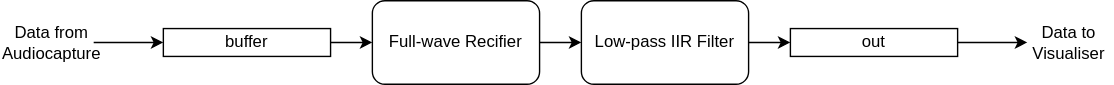
Earlier version of the draw.io export assets/images/Data Flow.svg (rt5-tp/envelope_following). Source tidied: cells renumbered, new cells last; positions are measured from the earlier drawing's top-left corner, leaving out a move shared by most shapes.
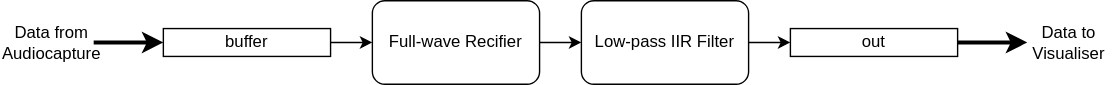
Above is the later version.

Commit message:
Wider input/output lines

What changed in the source:
```diff
@@ -8,7 +8,7 @@
     <mxCell id="3" value="buffer" style="rounded=0;whiteSpace=wrap;html=1;" parent="1" vertex="1">
       <mxGeometry x="110" y="20" width="120" height="20" as="geometry" />
     </mxCell>
-    <mxCell id="4" style="edgeStyle=orthogonalEdgeStyle;rounded=0;jettySize=auto;html=1;exitX=1;exitY=0.5;exitDx=0;exitDy=0;entryX=0;entryY=0.5;entryDx=0;entryDy=0;" parent="1" edge="1" source="5" target="3">
+    <mxCell id="4" style="edgeStyle=orthogonalEdgeStyle;rounded=0;jettySize=auto;html=1;exitX=1;exitY=0.5;exitDx=0;exitDy=0;entryX=0;entryY=0.5;entryDx=0;entryDy=0;strokeWidth=3;" parent="1" edge="1" source="5" target="3">
       <mxGeometry relative="1" as="geometry" />
     </mxCell>
     <mxCell id="5" value="Data from Audiocapture" style="text;html=1;strokeColor=none;fillColor=none;align=center;verticalAlign=middle;whiteSpace=wrap;rounded=0;" parent="1" vertex="1">
@@ -26,7 +26,7 @@
     <mxCell id="9" value="Low-pass IIR Filter" style="rounded=1;whiteSpace=wrap;html=1;" parent="1" vertex="1">
       <mxGeometry x="410" width="120" height="60" as="geometry" />
     </mxCell>
-    <mxCell id="10" style="edgeStyle=orthogonalEdgeStyle;rounded=0;jettySize=auto;html=1;exitX=1;exitY=0.5;exitDx=0;exitDy=0;entryX=0;entryY=0.5;entryDx=0;entryDy=0;" parent="1" edge="1" source="11" target="12">
+    <mxCell id="10" style="edgeStyle=orthogonalEdgeStyle;rounded=0;jettySize=auto;html=1;exitX=1;exitY=0.5;exitDx=0;exitDy=0;entryX=0;entryY=0.5;entryDx=0;entryDy=0;strokeWidth=3;" parent="1" edge="1" source="11" target="12">
       <mxGeometry relative="1" as="geometry" />
     </mxCell>
     <mxCell id="11" value="out" style="rounded=0;whiteSpace=wrap;html=1;" parent="1" vertex="1">
```
